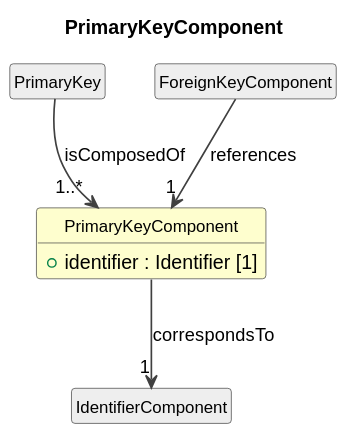
Cross-Domain-Interoperability-Framework/metadataBuildingBlocks keeps this PlantUML diagram as cdif-uml-model/_plantuml/cdifDataStructure/Classes/PrimaryKeyComponent.svg. Above is the earlier version.
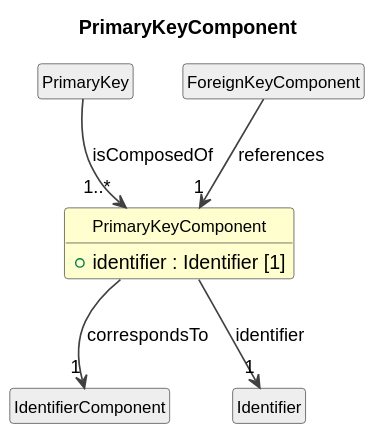
After the commit.

Change to the diagram source:
```diff
@@ -19,4 +19,6 @@
 PrimaryKeyComponent --> "1" IdentifierComponent : correspondsTo
 class "ForeignKeyComponent" as ForeignKeyComponent #EEEEEE
 ForeignKeyComponent --> "1" PrimaryKeyComponent : references
+class "Identifier" as Identifier #EEEEEE
+PrimaryKeyComponent --> "1" Identifier : identifier
 @enduml
```
